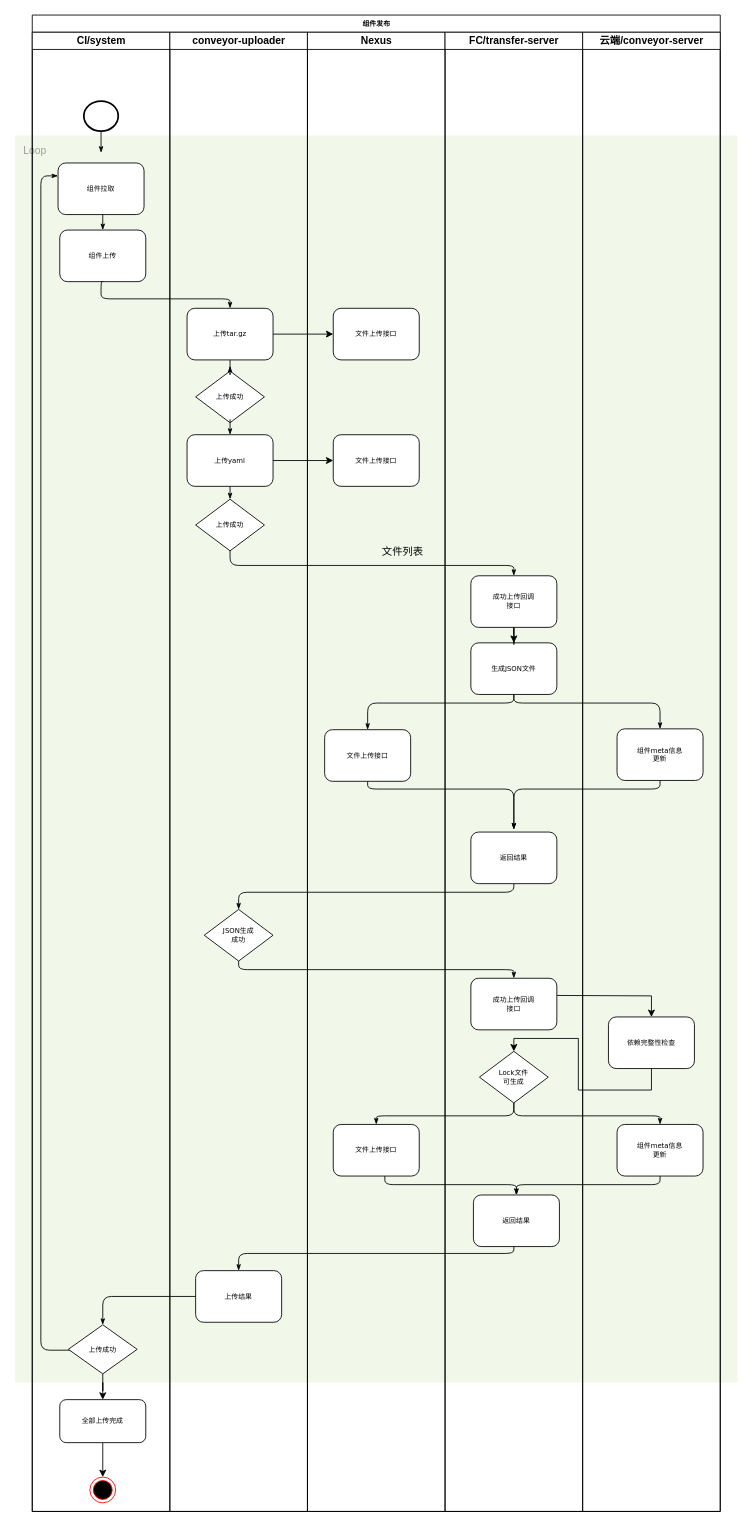
feihu618/drawio keeps this draw.io diagram as craft/compoent_upload_flow.drawio. Above is the earlier version. Source tidied: cells renumbered, new cells numbered last; positions are measured from the earlier drawing's top-left corner, leaving out a move shared by most shapes. Both pictures are drawn from the tidied source at 86%, with x=0, y=0 at pixel (15, 15).
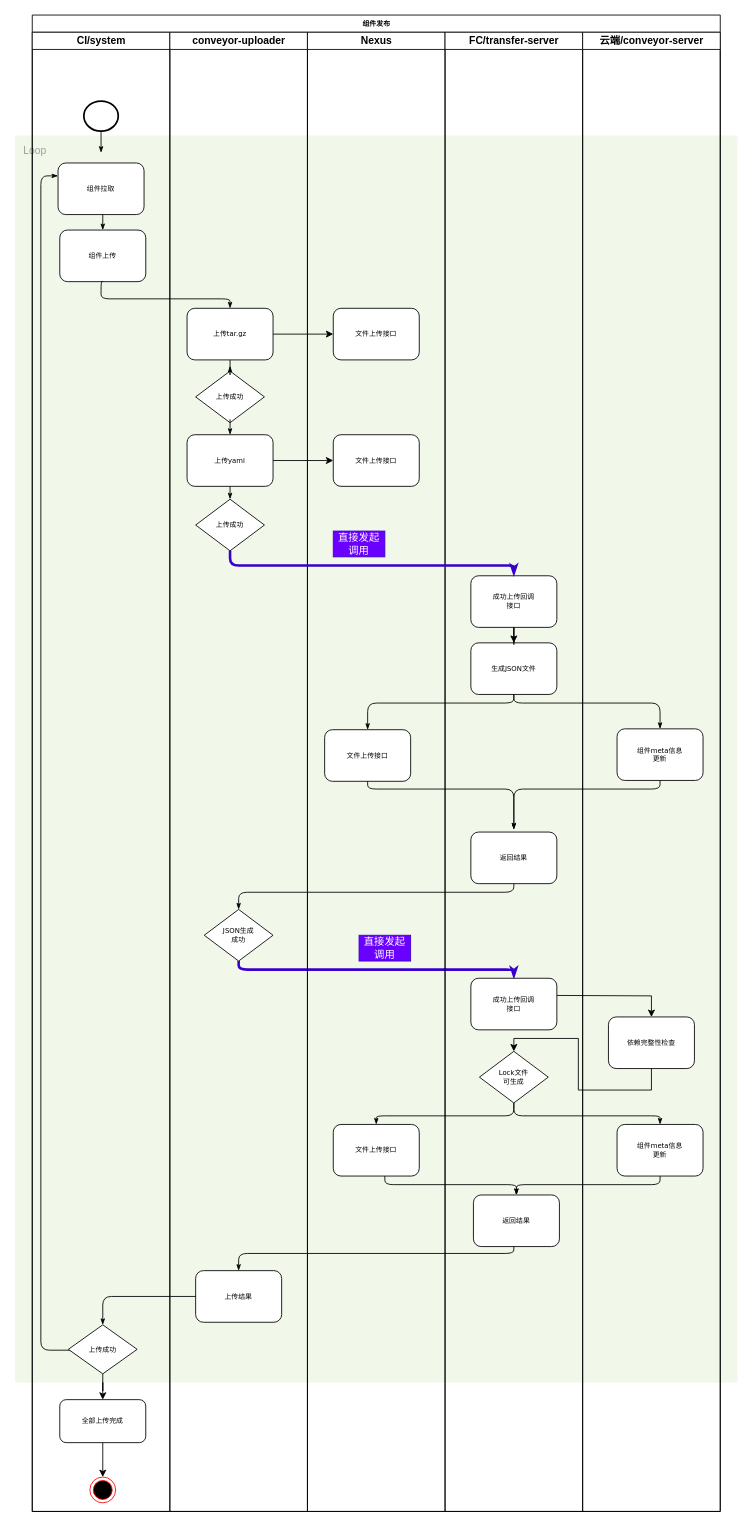
The same page after the edit.

Unchanged cells that the change refers to:
```xml
<mxCell id="12" value="conveyor-uploader" style="swimlane;html=1;startSize=20;" parent="3" vertex="1">
  <mxGeometry x="160" y="20" width="160" height="1720" as="geometry" />
</mxCell>
<mxCell id="37" value="成功上传回调&lt;br&gt;接口" style="rounded=1;whiteSpace=wrap;html=1;shadow=0;labelBackgroundColor=none;strokeWidth=1;fontFamily=Verdana;fontSize=8;align=center;" parent="1" vertex="1">
  <mxGeometry x="530" y="652" width="100" height="60" as="geometry" />
</mxCell>
<mxCell id="48" value="成功上传回调&lt;br&gt;接口" style="rounded=1;whiteSpace=wrap;html=1;shadow=0;labelBackgroundColor=none;strokeWidth=1;fontFamily=Verdana;fontSize=8;align=center;" parent="1" vertex="1">
  <mxGeometry x="530" y="1120" width="100" height="60" as="geometry" />
</mxCell>
```

Diff of the diagram source:
```diff
@@
-    <mxCell id="19" style="edgeStyle=orthogonalEdgeStyle;rounded=1;html=1;labelBackgroundColor=none;startArrow=none;startFill=0;startSize=5;endArrow=classicThin;endFill=1;endSize=5;jettySize=auto;strokeWidth=1;fontFamily=Verdana;fontSize=8;" parent="12" edge="1" target="48">
+    <mxCell id="19" style="edgeStyle=orthogonalEdgeStyle;rounded=1;html=1;labelBackgroundColor=none;startArrow=none;startFill=0;startSize=5;endArrow=classicThin;endFill=1;endSize=5;jettySize=auto;strokeWidth=3;fontFamily=Verdana;fontSize=8;fillColor=#6a00ff;strokeColor=#3700CC;" parent="12" edge="1" target="48">
       <mxGeometry relative="1" as="geometry">
         <mxPoint x="80" y="1080" as="sourcePoint" />
         <Array as="points">
           <mxPoint x="80" y="1090" />
           <mxPoint x="400" y="1090" />
         </Array>
       </mxGeometry>
     </mxCell>
@@
-    <mxCell id="40" style="edgeStyle=orthogonalEdgeStyle;rounded=1;html=1;labelBackgroundColor=none;startArrow=none;startFill=0;startSize=5;endArrow=classicThin;endFill=1;endSize=5;jettySize=auto;strokeWidth=1;fontFamily=Verdana;fontSize=8;" parent="1" edge="1" target="37">
+    <mxCell id="40" style="edgeStyle=orthogonalEdgeStyle;rounded=1;html=1;labelBackgroundColor=none;startArrow=none;startFill=0;startSize=5;endArrow=classicThin;endFill=1;endSize=5;jettySize=auto;strokeWidth=3;fontFamily=Verdana;fontSize=8;fillColor=#6a00ff;strokeColor=#3700CC;" parent="1" edge="1" target="37">
       <mxGeometry relative="1" as="geometry">
         <mxPoint x="250" y="623" as="sourcePoint" />
         <Array as="points">
           <mxPoint x="250" y="640" />
           <mxPoint x="580" y="640" />
         </Array>
       </mxGeometry>
     </mxCell>
-    <mxCell id="41" value="文件列表" style="text;strokeColor=none;align=center;fillColor=none;html=1;verticalAlign=middle;whiteSpace=wrap;rounded=0;" parent="1" vertex="1">
-      <mxGeometry x="421" y="609" width="60" height="30" as="geometry" />
-    </mxCell>
@@
+    <mxCell id="62" value="直接发起调用" style="text;strokeColor=#3700CC;align=center;fillColor=#6a00ff;html=1;verticalAlign=middle;whiteSpace=wrap;rounded=0;fontColor=#ffffff;" parent="1" vertex="1">
+      <mxGeometry x="370" y="600" width="60" height="30" as="geometry" />
+    </mxCell>
+    <mxCell id="63" value="直接发起调用" style="text;strokeColor=#3700CC;align=center;fillColor=#6a00ff;html=1;verticalAlign=middle;whiteSpace=wrap;rounded=0;fontColor=#ffffff;" parent="1" vertex="1">
+      <mxGeometry x="400" y="1070" width="60" height="30" as="geometry" />
+    </mxCell>
```
